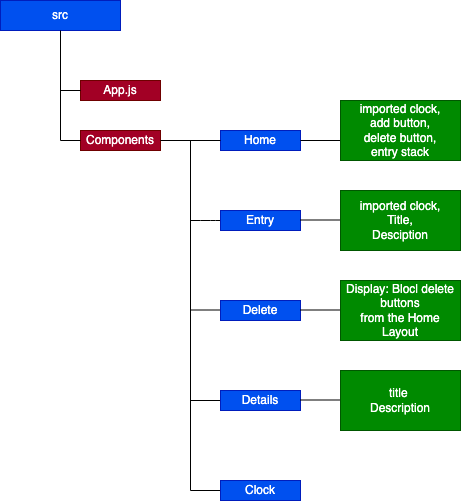
Earlier version of the draw.io export src/Media/Structure.png (SheshanFernando2021/LongDay-ReactAnd.Net). Source tidied: cells renumbered, new cells last; positions are measured from the earlier drawing's top-left corner, leaving out a move shared by most shapes.
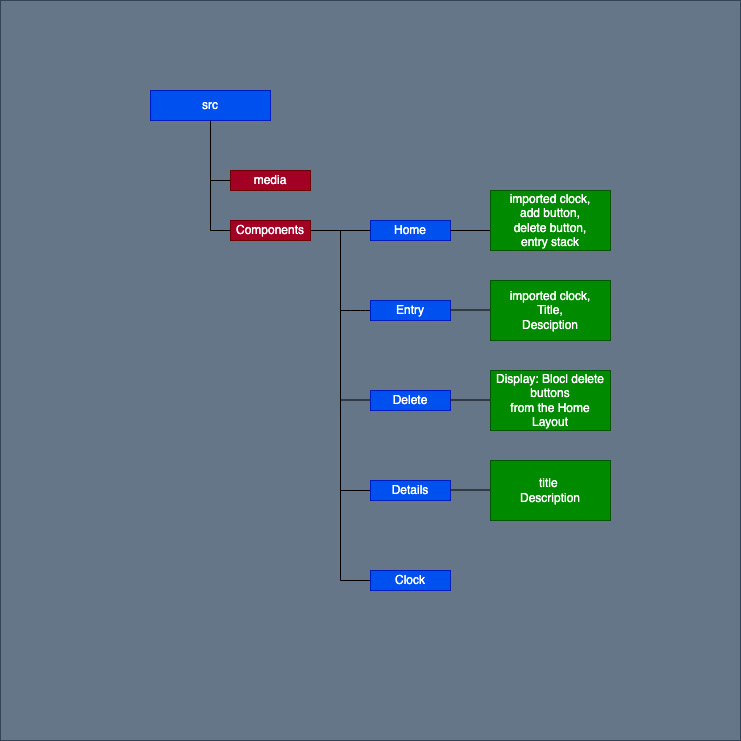
The same file after the commit.

The edit, as a diff of the source:
```diff
@@ -2,113 +2,116 @@
   <root>
     <mxCell id="0" />
     <mxCell id="1" parent="0" />
+    <mxCell id="27" style="whiteSpace=wrap;html=1;fillColor=#647687;strokeColor=#314354;fontColor=#ffffff;" parent="1" vertex="1">
+      <mxGeometry x="-150" y="-90" width="740" height="740" as="geometry" />
+    </mxCell>
     <mxCell id="2" value="src" style="rounded=0;whiteSpace=wrap;html=1;fillColor=#0050ef;fontColor=#ffffff;strokeColor=#001DBC;" parent="1" vertex="1">
       <mxGeometry width="120" height="30" as="geometry" />
     </mxCell>
-    <mxCell id="3" value="App.js" style="rounded=0;whiteSpace=wrap;html=1;fillColor=#a20025;fontColor=#ffffff;strokeColor=#6F0000;" parent="1" vertex="1">
-      <mxGeometry x="80" y="80" width="80" height="20" as="geometry" />
-    </mxCell>
-    <mxCell id="4" style="endArrow=none;html=1;entryX=0;entryY=0.5;entryDx=0;entryDy=0;" parent="1" edge="1" target="3">
-      <mxGeometry relative="1" as="geometry">
-        <mxPoint x="60" y="90" as="sourcePoint" />
-      </mxGeometry>
-    </mxCell>
+    <mxCell id="28" value="media" style="rounded=0;whiteSpace=wrap;html=1;fillColor=#a20025;fontColor=#ffffff;strokeColor=#6F0000;" parent="1" vertex="1">
+      <mxGeometry x="80" y="80" width="80" height="20" as="geometry" />
+    </mxCell>
+    <mxCell id="29" style="endArrow=none;html=1;entryX=0;entryY=0.5;entryDx=0;entryDy=0;" parent="1" edge="1" target="28">
+      <mxGeometry relative="1" as="geometry">
+        <mxPoint x="60" y="90" as="sourcePoint" />
+      </mxGeometry>
+    </mxCell>
     <mxCell id="5" value="Components" style="rounded=0;whiteSpace=wrap;html=1;fillColor=#a20025;fontColor=#ffffff;strokeColor=#6F0000;" parent="1" vertex="1">
       <mxGeometry x="80" y="130" width="80" height="20" as="geometry" />
     </mxCell>
-    <mxCell id="6" style="endArrow=none;html=1;entryX=0;entryY=0.5;entryDx=0;entryDy=0;" parent="1" edge="1" target="5">
-      <mxGeometry relative="1" as="geometry">
-        <mxPoint x="60" y="140" as="sourcePoint" />
-      </mxGeometry>
-    </mxCell>
-    <mxCell id="7" style="endArrow=none;html=1;exitX=0.5;exitY=1;exitDx=0;exitDy=0;" parent="1" edge="1" source="2">
-      <mxGeometry relative="1" as="geometry">
-        <mxPoint x="60" y="140" as="targetPoint" />
-      </mxGeometry>
-    </mxCell>
+    <mxCell id="30" style="endArrow=none;html=1;entryX=0;entryY=0.5;entryDx=0;entryDy=0;" parent="1" edge="1" target="5">
+      <mxGeometry relative="1" as="geometry">
+        <mxPoint x="60" y="140" as="sourcePoint" />
+      </mxGeometry>
+    </mxCell>
+    <mxCell id="31" style="endArrow=none;html=1;exitX=0.5;exitY=1;exitDx=0;exitDy=0;" parent="1" edge="1" source="2">
+      <mxGeometry relative="1" as="geometry">
+        <mxPoint x="60" y="140" as="targetPoint" />
+      </mxGeometry>
+    </mxCell>
     <mxCell id="8" value="Home" style="rounded=0;whiteSpace=wrap;html=1;fillColor=#0050ef;fontColor=#ffffff;strokeColor=#001DBC;" parent="1" vertex="1">
       <mxGeometry x="220" y="130" width="80" height="20" as="geometry" />
     </mxCell>
     <mxCell id="9" style="endArrow=none;html=1;entryX=0;entryY=0.5;entryDx=0;entryDy=0;exitX=1;exitY=0.5;exitDx=0;exitDy=0;" parent="1" edge="1" source="5" target="8">
       <mxGeometry relative="1" as="geometry" />
     </mxCell>
-    <mxCell id="10" style="endArrow=none;html=1;" parent="1" edge="1">
-      <mxGeometry relative="1" as="geometry">
-        <mxPoint x="190" y="140" as="sourcePoint" />
-        <mxPoint x="190" y="490" as="targetPoint" />
-      </mxGeometry>
-    </mxCell>
-    <mxCell id="11" style="endArrow=none;html=1;" parent="1" edge="1">
-      <mxGeometry relative="1" as="geometry">
-        <mxPoint x="190" y="220" as="sourcePoint" />
-        <mxPoint x="220" y="220" as="targetPoint" />
-        <Array as="points">
-          <mxPoint x="210" y="220" />
-        </Array>
-      </mxGeometry>
-    </mxCell>
-    <mxCell id="12" style="endArrow=none;html=1;" parent="1" edge="1">
-      <mxGeometry relative="1" as="geometry">
-        <mxPoint x="190" y="309.5" as="sourcePoint" />
-        <mxPoint x="220" y="309.5" as="targetPoint" />
-      </mxGeometry>
-    </mxCell>
+    <mxCell id="32" style="endArrow=none;html=1;" parent="1" edge="1">
+      <mxGeometry relative="1" as="geometry">
+        <mxPoint x="190" y="140" as="sourcePoint" />
+        <mxPoint x="190" y="490" as="targetPoint" />
+      </mxGeometry>
+    </mxCell>
+    <mxCell id="33" style="endArrow=none;html=1;" parent="1" edge="1">
+      <mxGeometry relative="1" as="geometry">
+        <mxPoint x="190" y="220" as="sourcePoint" />
+        <mxPoint x="220" y="220" as="targetPoint" />
+        <Array as="points">
+          <mxPoint x="210" y="220" />
+        </Array>
+      </mxGeometry>
+    </mxCell>
+    <mxCell id="34" style="endArrow=none;html=1;" parent="1" edge="1">
+      <mxGeometry relative="1" as="geometry">
+        <mxPoint x="190" y="309.5" as="sourcePoint" />
+        <mxPoint x="220" y="309.5" as="targetPoint" />
+      </mxGeometry>
+    </mxCell>
     <mxCell id="13" value="Entry" style="rounded=0;whiteSpace=wrap;html=1;fillColor=#0050ef;fontColor=#ffffff;strokeColor=#001DBC;" parent="1" vertex="1">
       <mxGeometry x="220" y="210" width="80" height="20" as="geometry" />
     </mxCell>
     <mxCell id="14" value="Delete" style="rounded=0;whiteSpace=wrap;html=1;fillColor=#0050ef;fontColor=#ffffff;strokeColor=#001DBC;" parent="1" vertex="1">
       <mxGeometry x="220" y="300" width="80" height="20" as="geometry" />
     </mxCell>
-    <mxCell id="15" style="endArrow=none;html=1;exitX=1;exitY=0.5;exitDx=0;exitDy=0;" parent="1" edge="1" source="8">
-      <mxGeometry relative="1" as="geometry">
-        <mxPoint x="340" y="140" as="targetPoint" />
-      </mxGeometry>
-    </mxCell>
-    <mxCell id="16" style="endArrow=none;html=1;" parent="1" edge="1">
-      <mxGeometry relative="1" as="geometry">
-        <mxPoint x="190" y="400" as="sourcePoint" />
-        <mxPoint x="220" y="400" as="targetPoint" />
-      </mxGeometry>
-    </mxCell>
+    <mxCell id="35" style="endArrow=none;html=1;exitX=1;exitY=0.5;exitDx=0;exitDy=0;" parent="1" edge="1" source="8">
+      <mxGeometry relative="1" as="geometry">
+        <mxPoint x="340" y="140" as="targetPoint" />
+      </mxGeometry>
+    </mxCell>
+    <mxCell id="36" style="endArrow=none;html=1;" parent="1" edge="1">
+      <mxGeometry relative="1" as="geometry">
+        <mxPoint x="190" y="400" as="sourcePoint" />
+        <mxPoint x="220" y="400" as="targetPoint" />
+      </mxGeometry>
+    </mxCell>
     <mxCell id="17" value="Details" style="rounded=0;whiteSpace=wrap;html=1;fillColor=#0050ef;fontColor=#ffffff;strokeColor=#001DBC;" parent="1" vertex="1">
       <mxGeometry x="220" y="390" width="80" height="20" as="geometry" />
     </mxCell>
-    <mxCell id="18" style="endArrow=none;html=1;" parent="1" edge="1">
-      <mxGeometry relative="1" as="geometry">
-        <mxPoint x="190" y="490" as="sourcePoint" />
-        <mxPoint x="220" y="490" as="targetPoint" />
-      </mxGeometry>
-    </mxCell>
+    <mxCell id="37" style="endArrow=none;html=1;" parent="1" edge="1">
+      <mxGeometry relative="1" as="geometry">
+        <mxPoint x="190" y="490" as="sourcePoint" />
+        <mxPoint x="220" y="490" as="targetPoint" />
+      </mxGeometry>
+    </mxCell>
     <mxCell id="19" value="Clock" style="rounded=0;whiteSpace=wrap;html=1;fillColor=#0050ef;fontColor=#ffffff;strokeColor=#001DBC;" parent="1" vertex="1">
       <mxGeometry x="220" y="480" width="80" height="20" as="geometry" />
     </mxCell>
     <mxCell id="20" value="imported clock,&lt;br&gt;add button,&lt;br&gt;delete button,&lt;br&gt;entry stack" style="rounded=0;whiteSpace=wrap;html=1;fillColor=#008a00;fontColor=#ffffff;strokeColor=#005700;" parent="1" vertex="1">
       <mxGeometry x="340" y="100" width="120" height="60" as="geometry" />
     </mxCell>
-    <mxCell id="21" style="endArrow=none;html=1;exitX=1;exitY=0.5;exitDx=0;exitDy=0;" parent="1" edge="1">
-      <mxGeometry relative="1" as="geometry">
-        <mxPoint x="300" y="219.5" as="sourcePoint" />
-        <mxPoint x="340" y="219.5" as="targetPoint" />
-      </mxGeometry>
-    </mxCell>
+    <mxCell id="38" style="endArrow=none;html=1;exitX=1;exitY=0.5;exitDx=0;exitDy=0;" parent="1" edge="1">
+      <mxGeometry relative="1" as="geometry">
+        <mxPoint x="300" y="219.5" as="sourcePoint" />
+        <mxPoint x="340" y="219.5" as="targetPoint" />
+      </mxGeometry>
+    </mxCell>
     <mxCell id="22" value="imported clock,&lt;br&gt;Title,&lt;br&gt;Desciption" style="rounded=0;whiteSpace=wrap;html=1;fillColor=#008a00;fontColor=#ffffff;strokeColor=#005700;" parent="1" vertex="1">
       <mxGeometry x="340" y="190" width="120" height="60" as="geometry" />
     </mxCell>
-    <mxCell id="23" style="endArrow=none;html=1;exitX=1;exitY=0.5;exitDx=0;exitDy=0;" parent="1" edge="1">
-      <mxGeometry relative="1" as="geometry">
-        <mxPoint x="300" y="309.5" as="sourcePoint" />
-        <mxPoint x="340" y="309.5" as="targetPoint" />
-      </mxGeometry>
-    </mxCell>
+    <mxCell id="39" style="endArrow=none;html=1;exitX=1;exitY=0.5;exitDx=0;exitDy=0;" parent="1" edge="1">
+      <mxGeometry relative="1" as="geometry">
+        <mxPoint x="300" y="309.5" as="sourcePoint" />
+        <mxPoint x="340" y="309.5" as="targetPoint" />
+      </mxGeometry>
+    </mxCell>
     <mxCell id="24" value="Display: Blocl delete buttons&lt;br&gt;from the Home Layout" style="rounded=0;whiteSpace=wrap;html=1;fillColor=#008a00;fontColor=#ffffff;strokeColor=#005700;" parent="1" vertex="1">
       <mxGeometry x="340" y="280" width="120" height="60" as="geometry" />
     </mxCell>
-    <mxCell id="25" style="endArrow=none;html=1;exitX=1;exitY=0.5;exitDx=0;exitDy=0;" parent="1" edge="1">
-      <mxGeometry relative="1" as="geometry">
-        <mxPoint x="300" y="399.5" as="sourcePoint" />
-        <mxPoint x="340" y="399.5" as="targetPoint" />
-      </mxGeometry>
-    </mxCell>
+    <mxCell id="40" style="endArrow=none;html=1;exitX=1;exitY=0.5;exitDx=0;exitDy=0;" parent="1" edge="1">
+      <mxGeometry relative="1" as="geometry">
+        <mxPoint x="300" y="399.5" as="sourcePoint" />
+        <mxPoint x="340" y="399.5" as="targetPoint" />
+      </mxGeometry>
+    </mxCell>
     <mxCell id="26" value="title&amp;nbsp;&lt;br&gt;Description" style="rounded=0;whiteSpace=wrap;html=1;fillColor=#008a00;fontColor=#ffffff;strokeColor=#005700;" parent="1" vertex="1">
       <mxGeometry x="340" y="370" width="120" height="60" as="geometry" />
     </mxCell>
```
